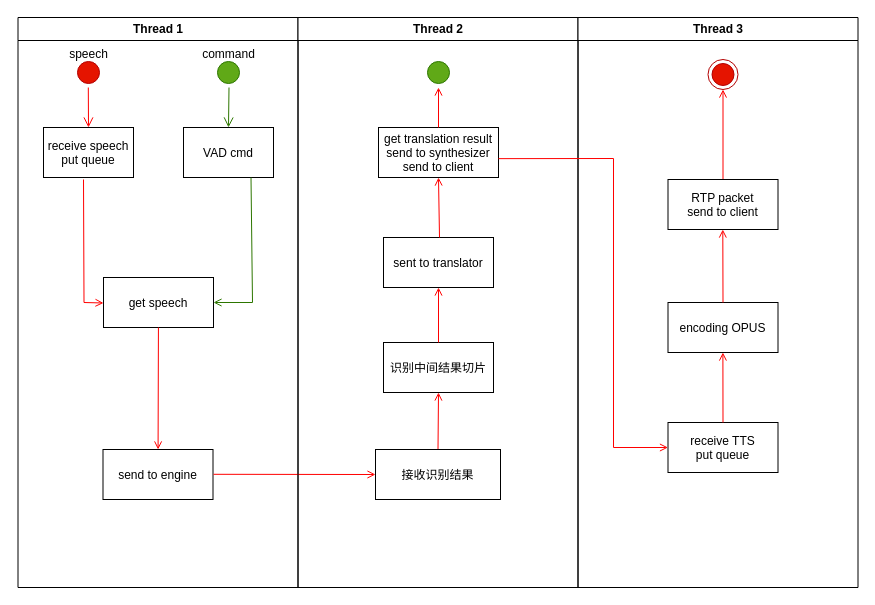
zouaihua/mjob keeps this draw.io diagram as X1-TTS-服务端详细设计.drawio. Above is the earlier version. Source tidied: cells renumbered, new cells numbered last; positions are measured from the earlier drawing's top-left corner, leaving out a move shared by most shapes. Both pictures are drawn from the tidied source at 100%, with x=0, y=0 at pixel (17, 17).
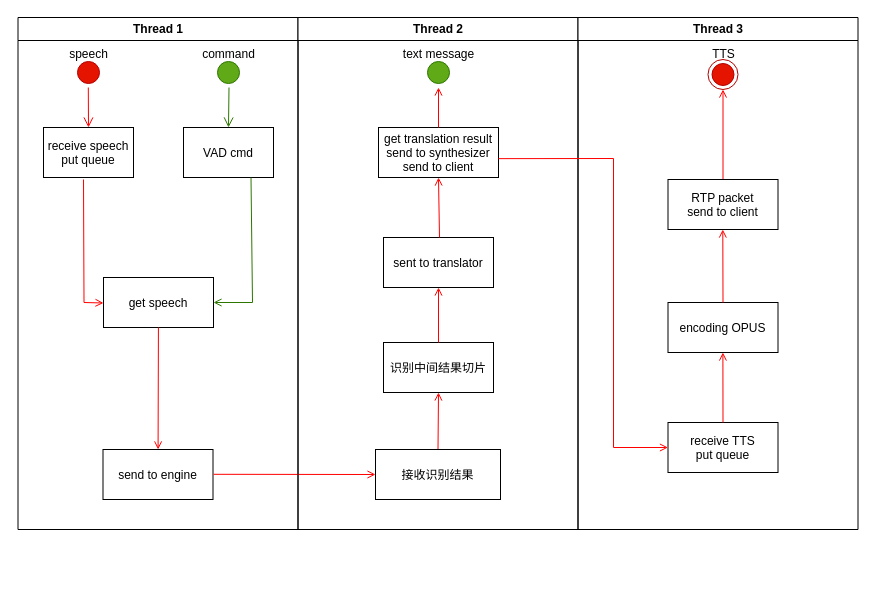
The same diagram, later.

Commit message:
Update X1-TTS-服务端详细设计.drawio

Diff of the diagram source:
```diff
@@
     <mxCell id="2" value="Thread 1" style="swimlane;whiteSpace=wrap;" parent="1" vertex="1">
-      <mxGeometry x="0.5" width="280" height="570" as="geometry" />
+      <mxGeometry x="0.5" width="280" height="512" as="geometry" />
     </mxCell>
@@
     <mxCell id="17" value="Thread 2" style="swimlane;whiteSpace=wrap;" parent="1" vertex="1">
-      <mxGeometry x="280.5" width="280" height="570" as="geometry" />
+      <mxGeometry x="280.5" width="280" height="512" as="geometry" />
     </mxCell>
@@
+    <mxCell id="36" value="text message" style="text;html=1;align=center;verticalAlign=middle;strokeColor=none;fillColor=none;" parent="17" vertex="1">
+      <mxGeometry x="95.5" y="22" width="90" height="30" as="geometry" />
+    </mxCell>
     <mxCell id="27" value="Thread 3" style="swimlane;whiteSpace=wrap;" parent="1" vertex="1">
-      <mxGeometry x="560.5" width="280" height="570" as="geometry" />
+      <mxGeometry x="560.5" width="280" height="512" as="geometry" />
     </mxCell>
@@
+    <mxCell id="37" value="TTS" style="text;html=1;align=center;verticalAlign=middle;strokeColor=none;fillColor=none;" parent="27" vertex="1">
+      <mxGeometry x="120" y="22" width="50" height="30" as="geometry" />
+    </mxCell>
```
